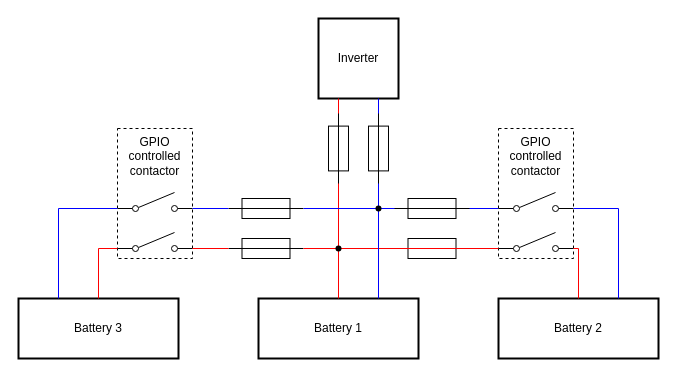
nagyrobi/files keeps this draw.io diagram as be_battery_3x.drawio. Above is the earlier version. Source tidied: cells renumbered, new cells numbered last; positions are measured from the earlier drawing's top-left corner, leaving out a move shared by most shapes. Both pictures are drawn from the tidied source at 100%, with x=0, y=0 at pixel (18, 18).
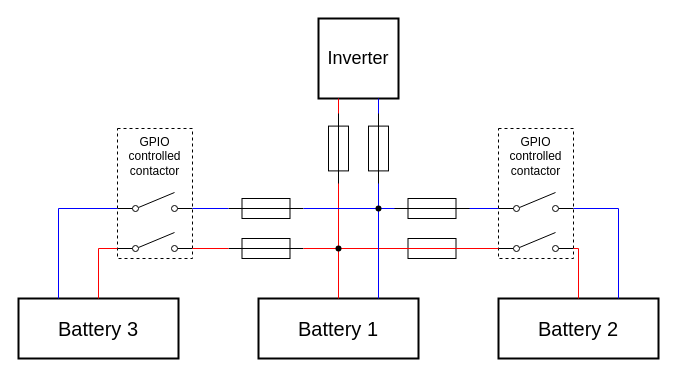
Above is the later version.

What changed in the source:
```diff
@@
-    <mxCell id="3" value="Inverter" style="whiteSpace=wrap;html=1;strokeWidth=2;" parent="1" vertex="1">
+    <mxCell id="3" value="Inverter" style="whiteSpace=wrap;html=1;strokeWidth=2;fontSize=18;" parent="1" vertex="1">
       <mxGeometry x="300" width="80" height="80" as="geometry" />
     </mxCell>
-    <mxCell id="4" value="Battery 1" style="rounded=0;whiteSpace=wrap;html=1;strokeWidth=2;" parent="1" vertex="1">
+    <mxCell id="4" value="Battery 1" style="rounded=0;whiteSpace=wrap;html=1;strokeWidth=2;fontSize=20;" parent="1" vertex="1">
       <mxGeometry x="240" y="280" width="160" height="60" as="geometry" />
     </mxCell>
-    <mxCell id="5" value="Battery 2" style="rounded=0;whiteSpace=wrap;html=1;strokeWidth=2;" parent="1" vertex="1">
+    <mxCell id="5" value="Battery 2" style="rounded=0;whiteSpace=wrap;html=1;strokeWidth=2;fontSize=20;" parent="1" vertex="1">
       <mxGeometry x="480" y="280" width="160" height="60" as="geometry" />
     </mxCell>
@@
-    <mxCell id="18" value="Battery 3" style="rounded=0;whiteSpace=wrap;html=1;strokeWidth=2;" parent="1" vertex="1">
+    <mxCell id="18" value="Battery 3" style="rounded=0;whiteSpace=wrap;html=1;strokeWidth=2;fontSize=20;" parent="1" vertex="1">
       <mxGeometry y="280" width="160" height="60" as="geometry" />
     </mxCell>
```
